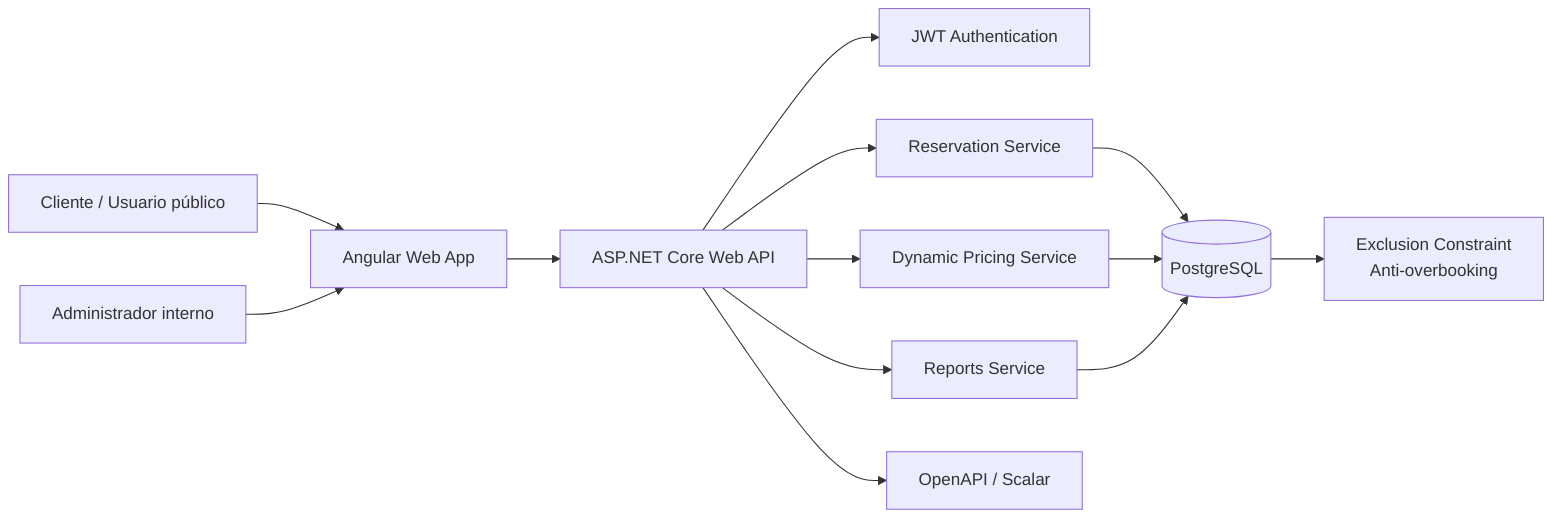
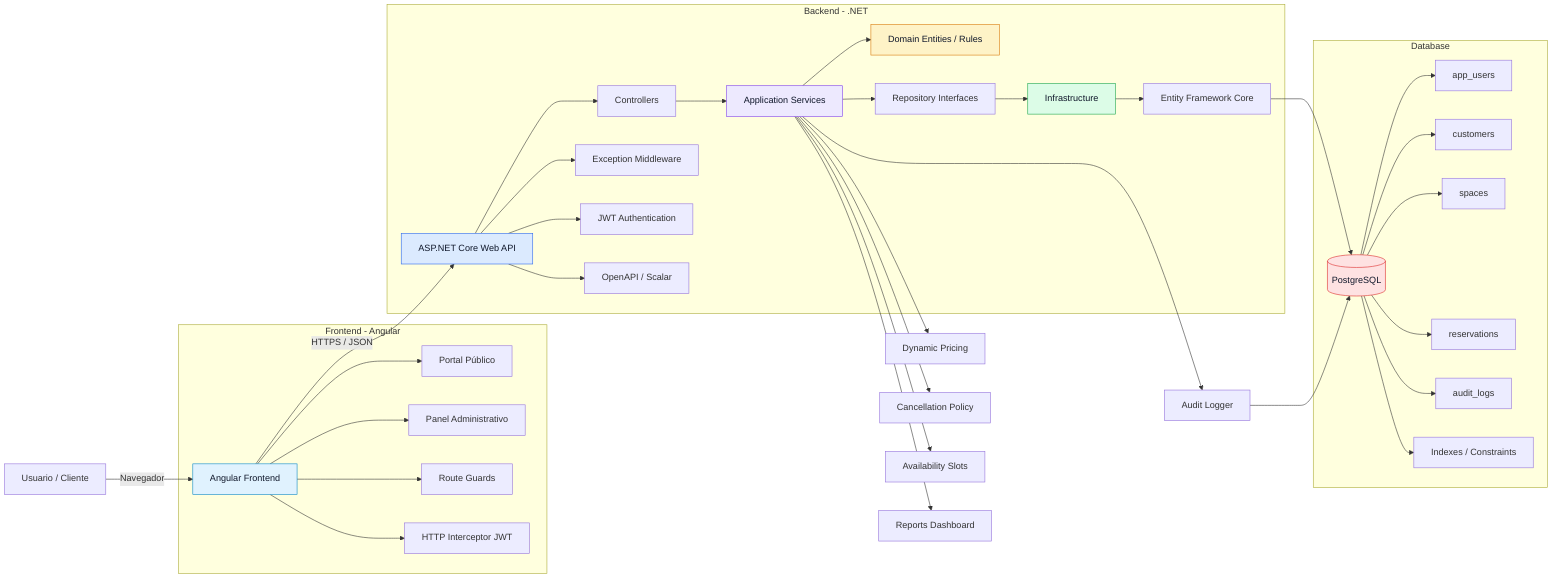
flowchart LR
-     Client[Cliente / Usuario público] --> Angular[Angular Web App]
-     Admin[Administrador interno] --> Angular
+     %% CoWork Spaces - Architecture Diagram

-     Angular --> Api[ASP.NET Core Web API]
+     U[Usuario / Cliente] -->|Navegador| FE[Angular Frontend]

-     Api --> Auth[JWT Authentication]
-     Api --> ReservationService[Reservation Service]
-     Api --> PricingService[Dynamic Pricing Service]
-     Api --> ReportService[Reports Service]
+     subgraph Frontend[Frontend - Angular]
+         FE --> Public[Portal Público]
+         FE --> Admin[Panel Administrativo]
+         FE --> Guards[Route Guards]
+         FE --> Interceptor[HTTP Interceptor JWT]
+     end

-     ReservationService --> PostgreSQL[(PostgreSQL)]
-     PricingService --> PostgreSQL
-     ReportService --> PostgreSQL
+     FE -->|HTTPS / JSON| API[ASP.NET Core Web API]

-     PostgreSQL --> Constraint[Exclusion Constraint<br/>Anti-overbooking]
+     subgraph Backend[Backend - .NET]
+         API --> Controllers[Controllers]
+         Controllers --> App[Application Services]
+         App --> Domain[Domain Entities / Rules]
+         App --> Interfaces[Repository Interfaces]
+         Interfaces --> Infra[Infrastructure]
+         Infra --> EF[Entity Framework Core]
+         API --> Middleware[Exception Middleware]
+         API --> Auth[JWT Authentication]
+         API --> Scalar[OpenAPI / Scalar]
+     end

-     Api --> OpenAPI[OpenAPI / Scalar]+     EF --> DB[(PostgreSQL)]
+ 
+     subgraph Database[Database]
+         DB --> Users[app_users]
+         DB --> Customers[customers]
+         DB --> Spaces[spaces]
+         DB --> Reservations[reservations]
+         DB --> Audit[audit_logs]
+         DB --> Constraints[Indexes / Constraints]
+     end
+ 
+     App --> Pricing[Dynamic Pricing]
+     App --> Cancellation[Cancellation Policy]
+     App --> Availability[Availability Slots]
+     App --> Reports[Reports Dashboard]
+     App --> AuditLogger[Audit Logger]
+     AuditLogger --> DB
+ 
+     style FE fill:#e0f2fe,stroke:#0284c7,color:#0f172a
+     style API fill:#dbeafe,stroke:#2563eb,color:#0f172a
+     style App fill:#ede9fe,stroke:#7c3aed,color:#0f172a
+     style Domain fill:#fef3c7,stroke:#d97706,color:#0f172a
+     style Infra fill:#dcfce7,stroke:#16a34a,color:#0f172a
+     style DB fill:#fee2e2,stroke:#dc2626,color:#0f172a
